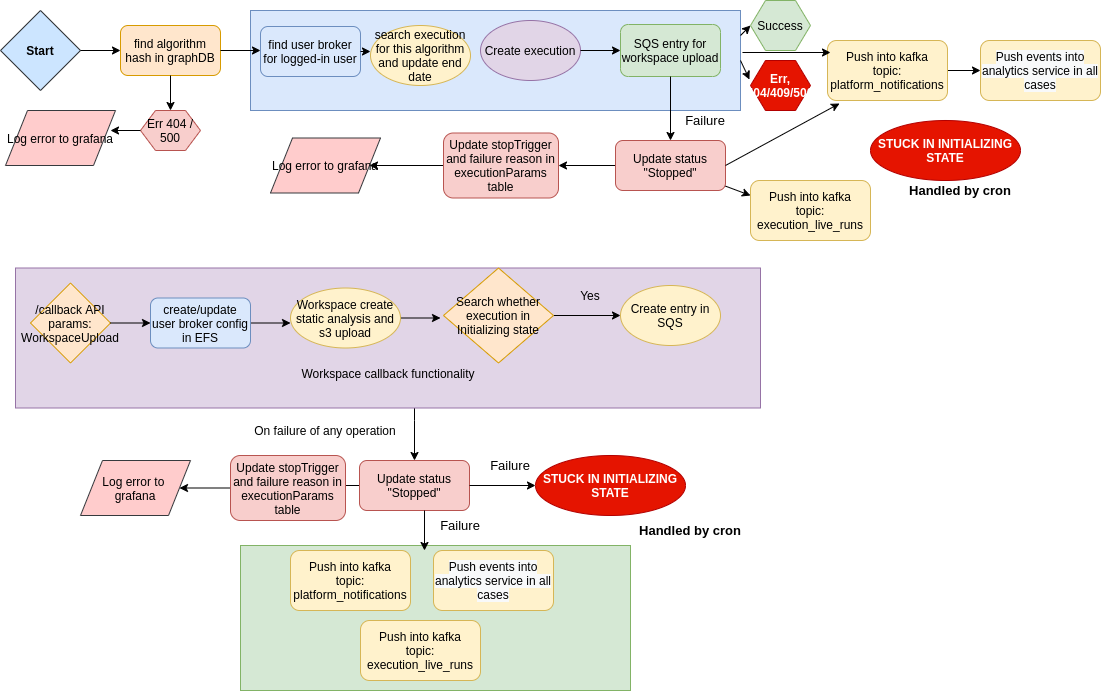
The draw.io diagram start_from_UI.png in prodipta/blueshift-resouce, before a commit. Source tidied: cells renumbered, new cells last; positions are measured from the earlier drawing's top-left corner, leaving out a move shared by most shapes.
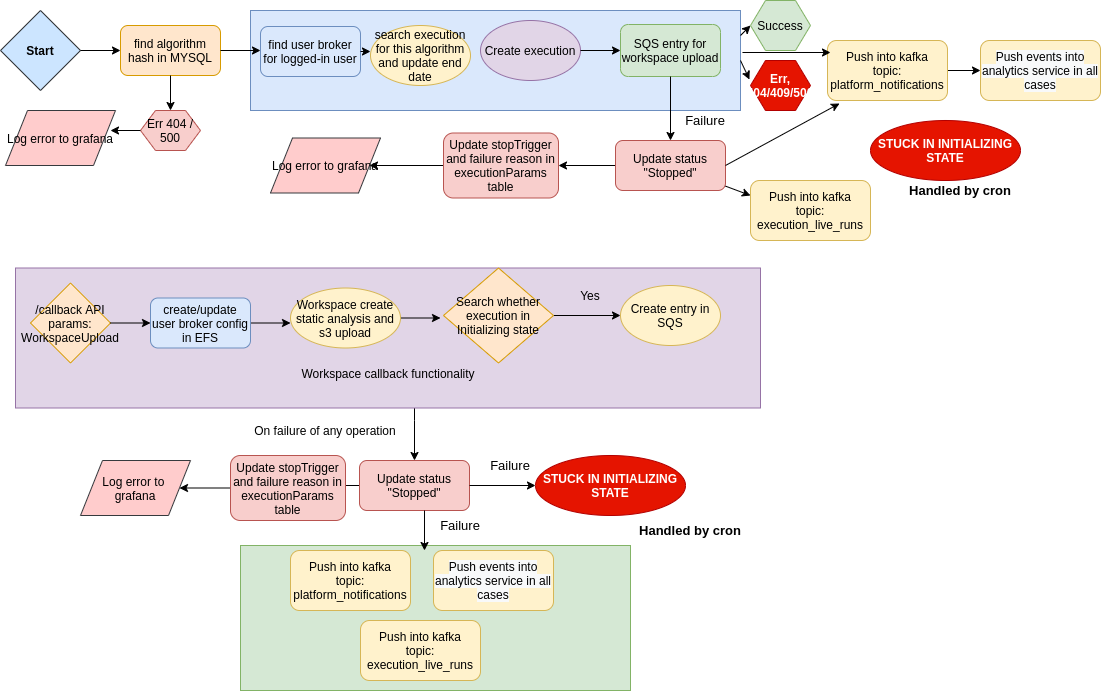
Later version of the same file.

Diff of the diagram source:
```diff
@@ -27,7 +27,7 @@
         <mxPoint x="120" y="50" as="targetPoint" />
       </mxGeometry>
     </mxCell>
-    <mxCell id="8" value="find algorithm hash in graphDB" style="rounded=1;whiteSpace=wrap;html=1;fillColor=#ffe6cc;strokeColor=#d79b00;" parent="1" vertex="1">
+    <mxCell id="8" value="find algorithm hash in MYSQL" style="rounded=1;whiteSpace=wrap;html=1;fillColor=#ffe6cc;strokeColor=#d79b00;" parent="1" vertex="1">
       <mxGeometry x="120" y="25" width="100" height="50" as="geometry" />
     </mxCell>
     <mxCell id="9" style="endArrow=classic;html=1;exitX=1;exitY=0.5;exitDx=0;exitDy=0;" parent="1" edge="1" source="8">
```
